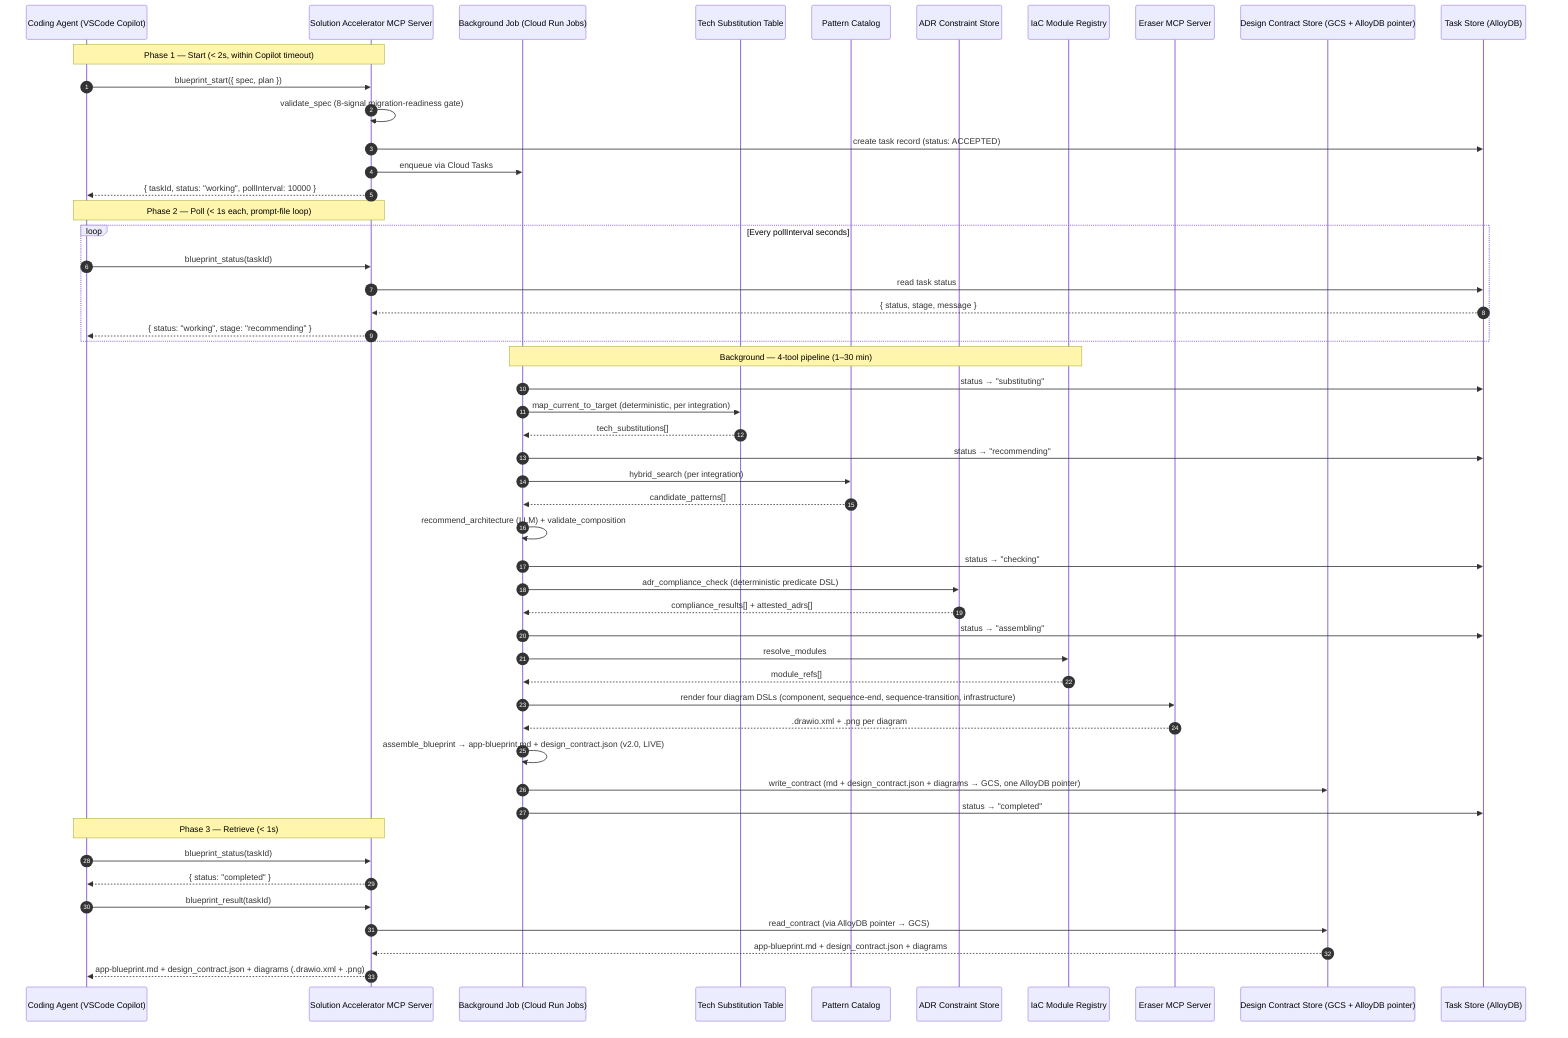
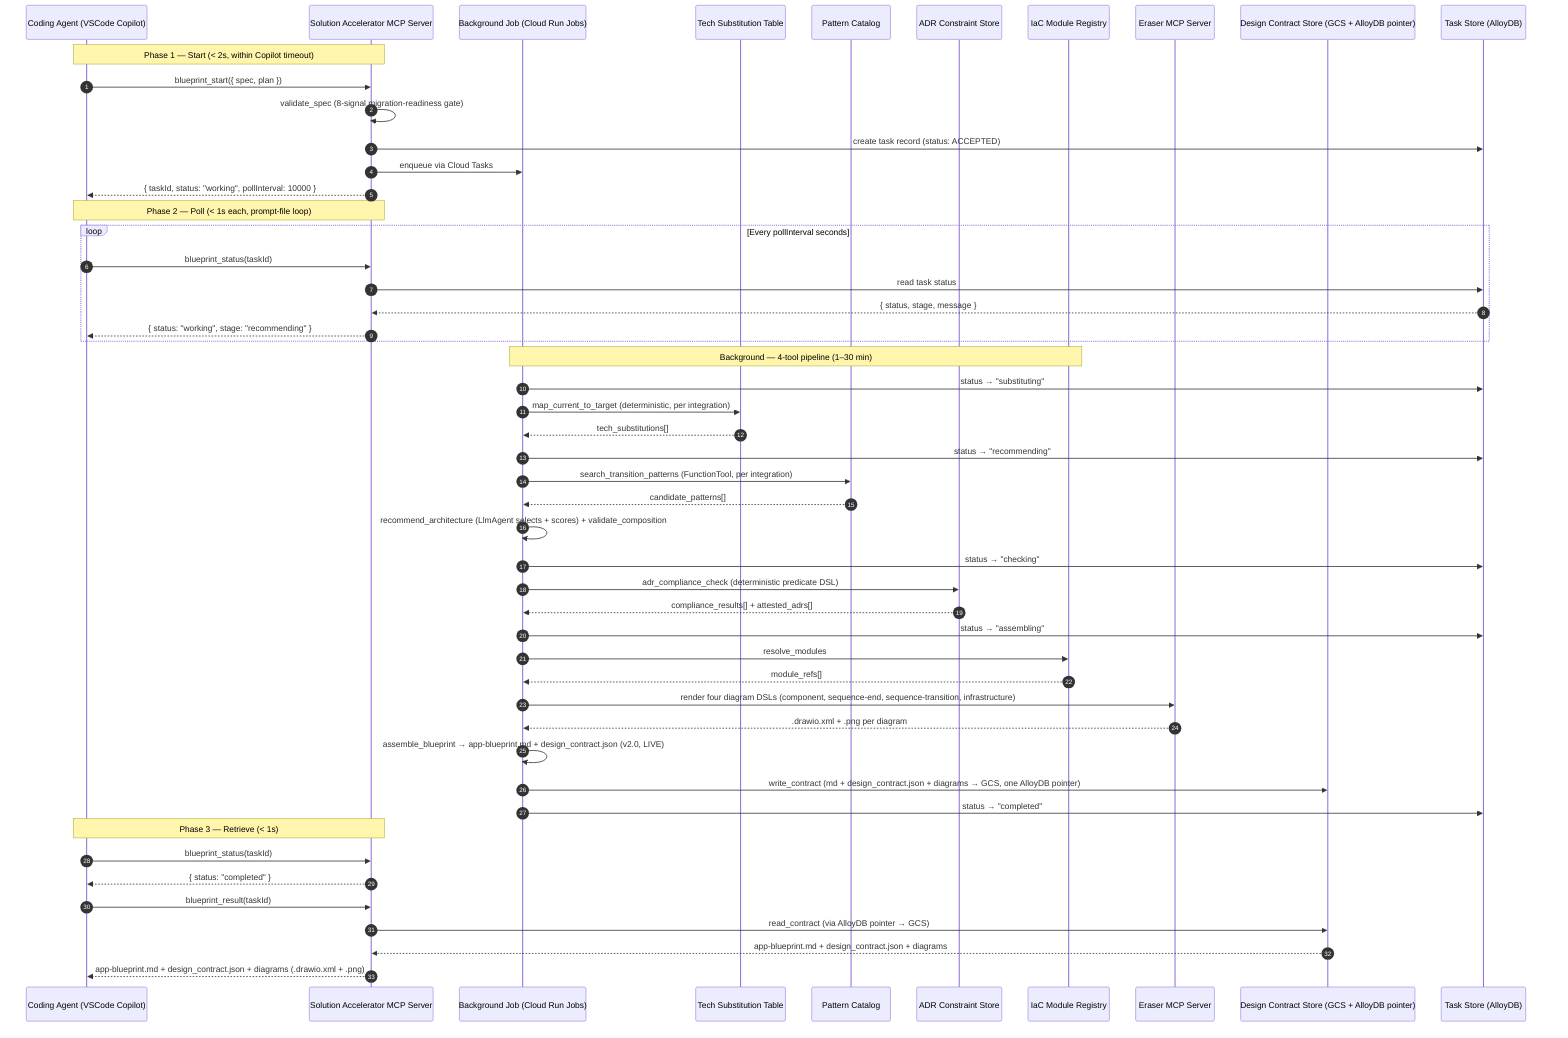
%% SDLC Accelerators — Brownfield (CSA→TSA) async blueprint sequence
%% Editable source of truth for the inline mermaid in csa-tsa-architecture.md §9.3.
%% Render: mermaid-cli (mmdc -i csa-tsa-blueprint-sequence.mmd -o csa-tsa-blueprint-sequence.png)
sequenceDiagram
    autonumber
    participant Agent as Coding Agent (VSCode Copilot)
    participant MCP as Solution Accelerator MCP Server
    participant BG as Background Job (Cloud Run Jobs)
    participant TS as Tech Substitution Table
    participant PC as Pattern Catalog
    participant ADR as ADR Constraint Store
    participant IAC as IaC Module Registry
    participant ER as Eraser MCP Server
    participant CS as Design Contract Store (GCS + AlloyDB pointer)
    participant FS as Task Store (AlloyDB)

    Note over Agent,MCP: Phase 1 — Start (< 2s, within Copilot timeout)
    Agent->>MCP: blueprint_start({ spec, plan })
    MCP->>MCP: validate_spec (8-signal migration-readiness gate)
    MCP->>FS: create task record (status: ACCEPTED)
    MCP->>BG: enqueue via Cloud Tasks
    MCP-->>Agent: { taskId, status: "working", pollInterval: 10000 }

    Note over Agent,MCP: Phase 2 — Poll (< 1s each, prompt-file loop)
    loop Every pollInterval seconds
        Agent->>MCP: blueprint_status(taskId)
        MCP->>FS: read task status
        FS-->>MCP: { status, stage, message }
        MCP-->>Agent: { status: "working", stage: "recommending" }
    end

    Note over BG,IAC: Background — 4-tool pipeline (1–30 min)
+     %% Default path: BG runs the tools directly. OPT-IN: the same pipeline can run as the
+     %% brownfield_migration_orchestrator (ADK SequentialAgent); its brownfield_pattern_recommender
+     %% (LlmAgent) calls the pattern-search FunctionTool for the retrieval shown below.
    BG->>FS: status → "substituting"
    BG->>TS: map_current_to_target (deterministic, per integration)
    TS-->>BG: tech_substitutions[]
    BG->>FS: status → "recommending"
-     BG->>PC: hybrid_search (per integration)
+     BG->>PC: search_transition_patterns (FunctionTool, per integration)
    PC-->>BG: candidate_patterns[]
-     BG->>BG: recommend_architecture (LLM) + validate_composition
+     BG->>BG: recommend_architecture (LlmAgent selects + scores) + validate_composition
    BG->>FS: status → "checking"
    BG->>ADR: adr_compliance_check (deterministic predicate DSL)
    ADR-->>BG: compliance_results[] + attested_adrs[]
    BG->>FS: status → "assembling"
    BG->>IAC: resolve_modules
    IAC-->>BG: module_refs[]
    BG->>ER: render four diagram DSLs (component, sequence-end, sequence-transition, infrastructure)
    ER-->>BG: .drawio.xml + .png per diagram
    BG->>BG: assemble_blueprint → app-blueprint.md + design_contract.json (v2.0, LIVE)
    BG->>CS: write_contract (md + design_contract.json + diagrams → GCS, one AlloyDB pointer)
    BG->>FS: status → "completed"

    Note over Agent,MCP: Phase 3 — Retrieve (< 1s)
    Agent->>MCP: blueprint_status(taskId)
    MCP-->>Agent: { status: "completed" }
    Agent->>MCP: blueprint_result(taskId)
    MCP->>CS: read_contract (via AlloyDB pointer → GCS)
    CS-->>MCP: app-blueprint.md + design_contract.json + diagrams
    MCP-->>Agent: app-blueprint.md + design_contract.json + diagrams (.drawio.xml + .png)
